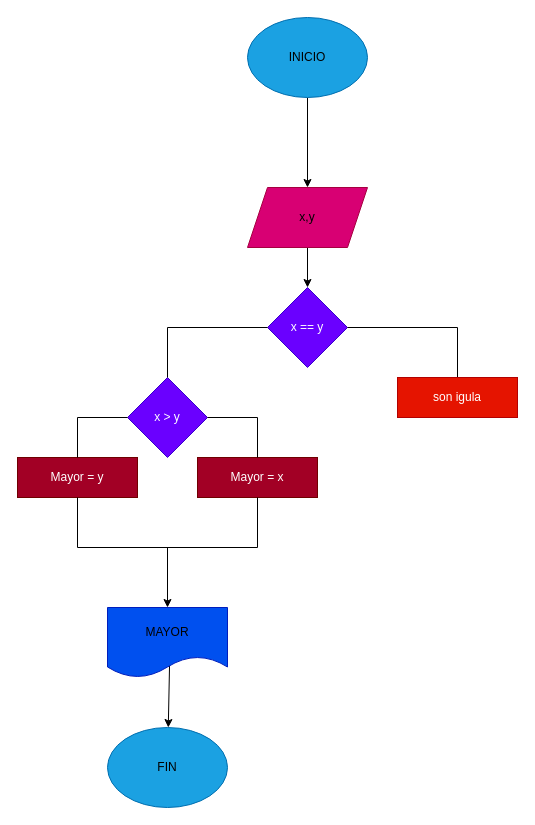
Before: diagrama.drawio in Luzaraque3/Mayor_2enteros, a draw.io diagram. Source tidied: cells renumbered, new cells numbered last; positions are measured from the earlier drawing's top-left corner, leaving out a move shared by most shapes. Both pictures are drawn from the tidied source at 100%, with x=0, y=0 at pixel (17, 17).
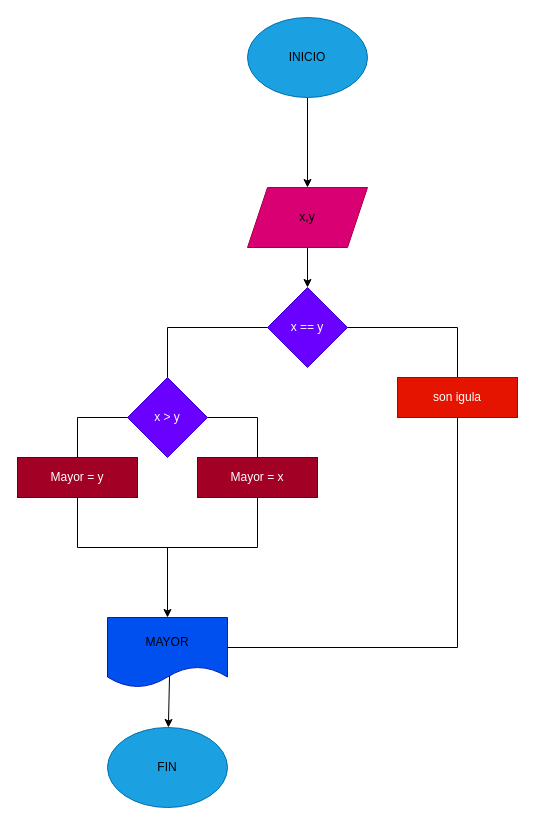
The same diagram, later.

Commit message:
Se agrego diagrama de flujo

Unchanged cells that the change refers to:
```xml
<mxCell id="15" value="son igula" style="rounded=0;whiteSpace=wrap;html=1;fontColor=#ffffff;fillColor=#e51400;strokeColor=#B20000;" parent="1" vertex="1">
  <mxGeometry x="380" y="360" width="120" height="40" as="geometry" />
</mxCell>
```

The edit, as a diff of the source:
```diff
@@
     <mxCell id="11" value="&lt;font color=&quot;#000000&quot;&gt;MAYOR&lt;/font&gt;" style="shape=document;whiteSpace=wrap;html=1;boundedLbl=1;fontColor=#ffffff;fillColor=#0050ef;strokeColor=#001DBC;" parent="1" vertex="1">
-      <mxGeometry x="90" y="590" width="120" height="70" as="geometry" />
+      <mxGeometry x="90" y="600" width="120" height="70" as="geometry" />
     </mxCell>
@@
-    <mxCell id="25" style="endArrow=classic;html=1;" parent="1" edge="1">
+    <mxCell id="25" style="endArrow=classic;html=1;entryX=0.5;entryY=0;entryDx=0;entryDy=0;" parent="1" edge="1" target="11">
       <mxGeometry relative="1" as="geometry">
         <mxPoint x="150" y="530" as="sourcePoint" />
-        <mxPoint x="150" y="590" as="targetPoint" />
       </mxGeometry>
     </mxCell>
+    <mxCell id="26" style="endArrow=none;html=1;entryX=0.5;entryY=1;entryDx=0;entryDy=0;" parent="1" edge="1" target="15">
+      <mxGeometry relative="1" as="geometry">
+        <mxPoint x="440" y="630" as="sourcePoint" />
+      </mxGeometry>
+    </mxCell>
+    <mxCell id="27" style="endArrow=none;html=1;" parent="1" edge="1">
+      <mxGeometry relative="1" as="geometry">
+        <mxPoint x="210" y="630" as="sourcePoint" />
+        <mxPoint x="440" y="630" as="targetPoint" />
+      </mxGeometry>
+    </mxCell>
```
